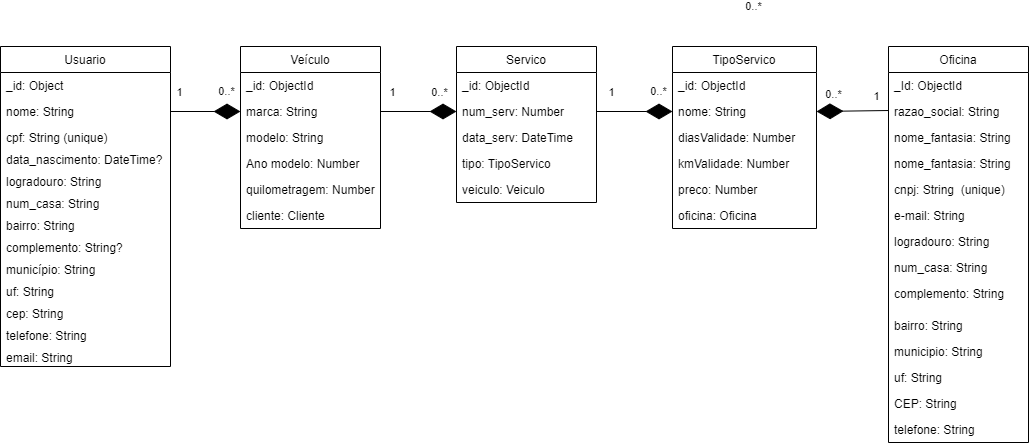
FatecFranca/DSM-G03-PI3-2024-2 keeps this draw.io diagram as docs/NoAM.png. Above is the earlier version. Source tidied: cells renumbered, new cells last; positions are measured from the earlier drawing's top-left corner, leaving out a move shared by most shapes.
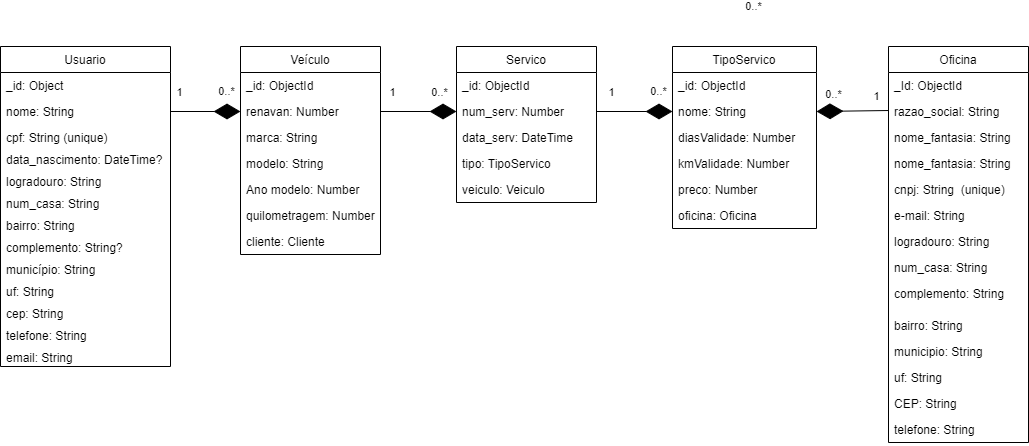
The same diagram one commit later.

Commit message:
(03/10) Alteração do drawio e continuação do schema.prisma

Diff of the diagram source:
```diff
@@ -131,25 +131,28 @@
       </mxGeometry>
     </mxCell>
     <mxCell id="42" value="Veículo" style="swimlane;fontStyle=0;horizontal=1;startSize=26;fillColor=none;" parent="1" vertex="1">
-      <mxGeometry x="240" y="112" width="140" height="182" as="geometry" />
+      <mxGeometry x="240" y="112" width="140" height="208" as="geometry" />
     </mxCell>
     <mxCell id="43" value="_id: ObjectId" style="text;strokeColor=none;fillColor=none;align=left;verticalAlign=top;spacingLeft=4;spacingRight=4;overflow=hidden;" parent="42" vertex="1">
       <mxGeometry y="26" width="140" height="26" as="geometry" />
     </mxCell>
+    <mxCell id="64" value="renavan: Number" style="text;strokeColor=none;fillColor=none;align=left;verticalAlign=top;spacingLeft=4;spacingRight=4;overflow=hidden;points=[[0,0.5],[1,0.5]];portConstraint=eastwest;" parent="42" vertex="1">
+      <mxGeometry y="52" width="140" height="26" as="geometry" />
+    </mxCell>
     <mxCell id="44" value="marca: String" style="text;strokeColor=none;fillColor=none;align=left;verticalAlign=top;spacingLeft=4;spacingRight=4;overflow=hidden;points=[[0,0.5],[1,0.5]];portConstraint=eastwest;" parent="42" vertex="1">
-      <mxGeometry y="52" width="140" height="26" as="geometry" />
+      <mxGeometry y="78" width="140" height="26" as="geometry" />
     </mxCell>
     <mxCell id="45" value="modelo: String" style="text;strokeColor=none;fillColor=none;align=left;verticalAlign=top;spacingLeft=4;spacingRight=4;overflow=hidden;" parent="42" vertex="1">
-      <mxGeometry y="78" width="140" height="26" as="geometry" />
+      <mxGeometry y="104" width="140" height="26" as="geometry" />
     </mxCell>
     <mxCell id="46" value="Ano modelo: Number" style="text;strokeColor=none;fillColor=none;align=left;verticalAlign=top;spacingLeft=4;spacingRight=4;overflow=hidden;" parent="42" vertex="1">
-      <mxGeometry y="104" width="140" height="26" as="geometry" />
+      <mxGeometry y="130" width="140" height="26" as="geometry" />
     </mxCell>
     <mxCell id="47" value="quilometragem: Number" style="text;strokeColor=none;fillColor=none;align=left;verticalAlign=top;spacingLeft=4;spacingRight=4;overflow=hidden;" parent="42" vertex="1">
-      <mxGeometry y="130" width="140" height="26" as="geometry" />
+      <mxGeometry y="156" width="140" height="26" as="geometry" />
     </mxCell>
     <mxCell id="48" value="cliente: Cliente" style="text;strokeColor=none;fillColor=none;align=left;verticalAlign=top;spacingLeft=4;spacingRight=4;overflow=hidden;" parent="42" vertex="1">
-      <mxGeometry y="156" width="140" height="26" as="geometry" />
+      <mxGeometry y="182" width="140" height="26" as="geometry" />
     </mxCell>
     <mxCell id="49" value="Servico" style="swimlane;fontStyle=0;horizontal=1;startSize=26;fillColor=none;" parent="1" vertex="1">
       <mxGeometry x="456" y="112" width="140" height="156" as="geometry" />
@@ -169,10 +172,10 @@
     <mxCell id="54" value="veiculo: Veiculo" style="text;strokeColor=none;fillColor=none;align=left;verticalAlign=top;spacingLeft=4;spacingRight=4;overflow=hidden;" parent="49" vertex="1">
       <mxGeometry y="130" width="140" height="26" as="geometry" />
     </mxCell>
-    <mxCell id="55" style="endArrow=diamondThin;endFill=1;endSize=24;html=1;entryX=0;entryY=0.5;entryDx=0;entryDy=0;exitX=1;exitY=0.5;exitDx=0;exitDy=0;" parent="1" edge="1" source="4" target="44">
+    <mxCell id="55" style="endArrow=diamondThin;endFill=1;endSize=24;html=1;exitX=1;exitY=0.5;exitDx=0;exitDy=0;entryX=0;entryY=0.5;entryDx=0;entryDy=0;" parent="1" edge="1" source="4" target="64">
       <mxGeometry relative="1" as="geometry" />
     </mxCell>
-    <mxCell id="56" style="endArrow=diamondThin;endFill=1;endSize=24;html=1;exitX=1;exitY=0.5;exitDx=0;exitDy=0;entryX=0;entryY=0.5;entryDx=0;entryDy=0;" parent="1" edge="1" source="44" target="51">
+    <mxCell id="56" style="endArrow=diamondThin;endFill=1;endSize=24;html=1;exitX=1;exitY=0.5;exitDx=0;exitDy=0;entryX=0;entryY=0.5;entryDx=0;entryDy=0;" parent="1" edge="1" source="64" target="51">
       <mxGeometry relative="1" as="geometry" />
     </mxCell>
     <mxCell id="57" style="endArrow=diamondThin;endFill=1;endSize=24;html=1;exitX=1;exitY=0.5;exitDx=0;exitDy=0;entryX=0;entryY=0.5;entryDx=0;entryDy=0;" parent="1" edge="1" source="51" target="33">
```
